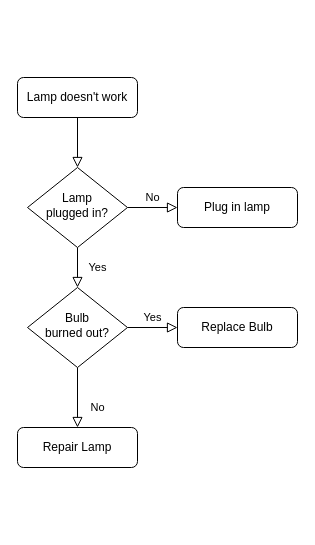
Carla-migi/diagrams keeps this draw.io diagram as Diagrama sin título.drawio. Above is the earlier version. Source tidied: cells renumbered, new cells numbered last; positions are measured from the earlier drawing's top-left corner, leaving out a move shared by most shapes. Both pictures are drawn from the tidied source at 100%, with x=0, y=0 at pixel (17, 77).
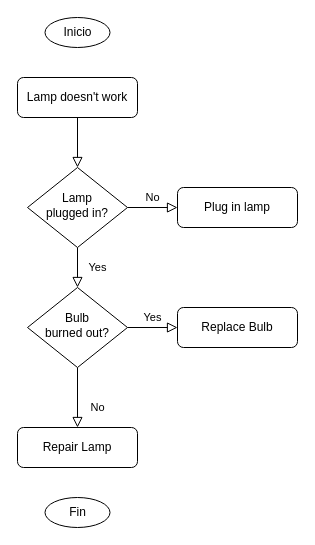
The same page after the edit.

Commit message:
Primer Diagrama

What changed in the source:
```diff
@@
 <mxGraphModel>
   <root>
     <mxCell id="0" />
     <mxCell id="1" parent="0" />
     <mxCell id="2" style="rounded=0;html=1;jettySize=auto;fontSize=11;endArrow=block;endFill=0;endSize=8;strokeWidth=1;shadow=0;labelBackgroundColor=none;edgeStyle=orthogonalEdgeStyle;" parent="1" edge="1" source="3" target="6">
       <mxGeometry relative="1" as="geometry" />
     </mxCell>
     <mxCell id="3" value="Lamp doesn't work" style="rounded=1;whiteSpace=wrap;html=1;fontSize=12;glass=0;strokeWidth=1;shadow=0;" parent="1" vertex="1">
       <mxGeometry width="120" height="40" as="geometry" />
     </mxCell>
     <mxCell id="4" value="Yes" style="rounded=0;html=1;jettySize=auto;fontSize=11;endArrow=block;endFill=0;endSize=8;strokeWidth=1;shadow=0;labelBackgroundColor=none;edgeStyle=orthogonalEdgeStyle;" parent="1" edge="1" source="6" target="10">
       <mxGeometry y="20" relative="1" as="geometry" />
     </mxCell>
     <mxCell id="5" value="No" style="edgeStyle=orthogonalEdgeStyle;rounded=0;html=1;jettySize=auto;fontSize=11;endArrow=block;endFill=0;endSize=8;strokeWidth=1;shadow=0;labelBackgroundColor=none;" parent="1" edge="1" source="6" target="7">
       <mxGeometry y="10" relative="1" as="geometry" />
     </mxCell>
     <mxCell id="6" value="Lamp&lt;br&gt;plugged in?" style="rhombus;whiteSpace=wrap;html=1;shadow=0;fontFamily=Helvetica;fontSize=12;align=center;strokeWidth=1;spacing=6;spacingTop=-4;" parent="1" vertex="1">
       <mxGeometry x="10" y="90" width="100" height="80" as="geometry" />
     </mxCell>
     <mxCell id="7" value="Plug in lamp" style="rounded=1;whiteSpace=wrap;html=1;fontSize=12;glass=0;strokeWidth=1;shadow=0;" parent="1" vertex="1">
       <mxGeometry x="160" y="110" width="120" height="40" as="geometry" />
     </mxCell>
     <mxCell id="8" value="No" style="rounded=0;html=1;jettySize=auto;fontSize=11;endArrow=block;endFill=0;endSize=8;strokeWidth=1;shadow=0;labelBackgroundColor=none;edgeStyle=orthogonalEdgeStyle;" parent="1" edge="1" source="10" target="11">
       <mxGeometry x="0.33" y="20" relative="1" as="geometry" />
     </mxCell>
     <mxCell id="9" value="Yes" style="edgeStyle=orthogonalEdgeStyle;rounded=0;html=1;jettySize=auto;fontSize=11;endArrow=block;endFill=0;endSize=8;strokeWidth=1;shadow=0;labelBackgroundColor=none;" parent="1" edge="1" source="10" target="12">
       <mxGeometry y="10" relative="1" as="geometry" />
     </mxCell>
     <mxCell id="10" value="Bulb&lt;br&gt;burned out?" style="rhombus;whiteSpace=wrap;html=1;shadow=0;fontFamily=Helvetica;fontSize=12;align=center;strokeWidth=1;spacing=6;spacingTop=-4;" parent="1" vertex="1">
       <mxGeometry x="10" y="210" width="100" height="80" as="geometry" />
     </mxCell>
     <mxCell id="11" value="Repair Lamp" style="rounded=1;whiteSpace=wrap;html=1;fontSize=12;glass=0;strokeWidth=1;shadow=0;" parent="1" vertex="1">
       <mxGeometry y="350" width="120" height="40" as="geometry" />
     </mxCell>
     <mxCell id="12" value="Replace Bulb" style="rounded=1;whiteSpace=wrap;html=1;fontSize=12;glass=0;strokeWidth=1;shadow=0;" parent="1" vertex="1">
       <mxGeometry x="160" y="230" width="120" height="40" as="geometry" />
     </mxCell>
+    <mxCell id="13" value="Inicio" style="ellipse;whiteSpace=wrap;html=1;" parent="1" vertex="1">
+      <mxGeometry x="27.5" y="-60" width="65" height="30" as="geometry" />
+    </mxCell>
+    <mxCell id="14" value="Fin" style="ellipse;whiteSpace=wrap;html=1;" parent="1" vertex="1">
+      <mxGeometry x="27.5" y="420" width="65" height="30" as="geometry" />
+    </mxCell>
   </root>
 </mxGraphModel>
```
